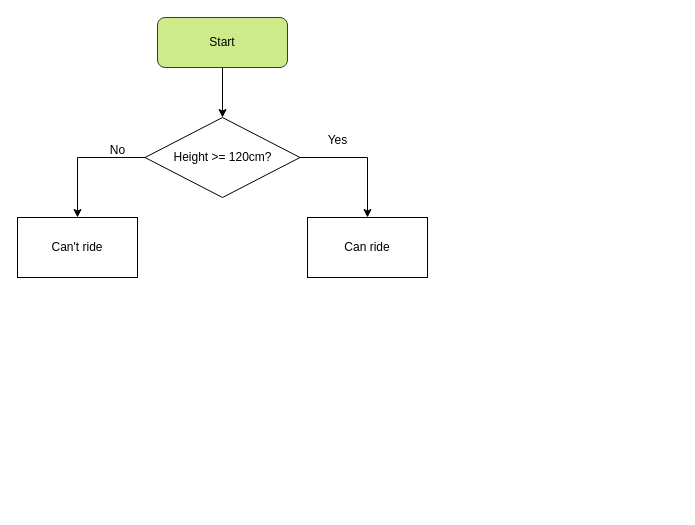
This is beginner_projects/conditional_formating.drawio from arzuunr/100_day_challenge, a draw.io file, before an edit. Source tidied: cells renumbered, new cells numbered last; positions are measured from the earlier drawing's top-left corner, leaving out a move shared by most shapes. Both pictures are drawn from the tidied source at 100%, with x=0, y=0 at pixel (17, 17).
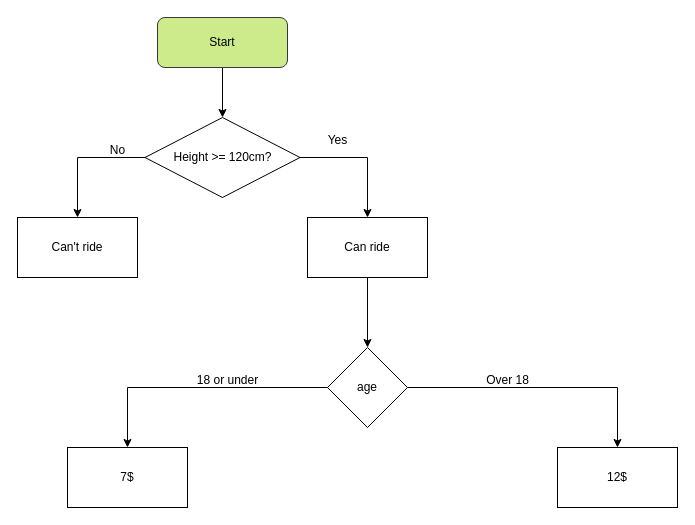
Above is the later version.

What changed in the source:
```diff
@@
 <mxGraphModel>
   <root>
     <mxCell id="0" />
     <mxCell id="1" parent="0" />
     <mxCell id="2" style="edgeStyle=orthogonalEdgeStyle;rounded=0;jettySize=auto;html=1;" parent="1" edge="1" source="3" target="6">
       <mxGeometry relative="1" as="geometry" />
     </mxCell>
     <mxCell id="3" value="Start" style="rounded=1;whiteSpace=wrap;html=1;fillColor=#cdeb8b;strokeColor=#36393d;" parent="1" vertex="1">
       <mxGeometry x="140" width="130" height="50" as="geometry" />
     </mxCell>
     <mxCell id="4" style="edgeStyle=orthogonalEdgeStyle;rounded=0;jettySize=auto;html=1;" parent="1" edge="1" source="6" target="7">
       <mxGeometry relative="1" as="geometry" />
     </mxCell>
     <mxCell id="5" style="edgeStyle=orthogonalEdgeStyle;rounded=0;jettySize=auto;html=1;" parent="1" edge="1" source="6" target="8">
       <mxGeometry relative="1" as="geometry" />
     </mxCell>
     <mxCell id="6" value="Height &amp;gt;= 120cm?" style="rhombus;whiteSpace=wrap;html=1;" parent="1" vertex="1">
       <mxGeometry x="127.5" y="100" width="155" height="80" as="geometry" />
     </mxCell>
+    <mxCell id="11" style="edgeStyle=orthogonalEdgeStyle;rounded=0;jettySize=auto;html=1;" parent="1" edge="1" source="7" target="14">
+      <mxGeometry relative="1" as="geometry" />
+    </mxCell>
     <mxCell id="7" value="Can ride" style="whiteSpace=wrap;html=1;" parent="1" vertex="1">
       <mxGeometry x="290" y="200" width="120" height="60" as="geometry" />
     </mxCell>
     <mxCell id="8" value="Can't ride" style="whiteSpace=wrap;html=1;" parent="1" vertex="1">
       <mxGeometry y="200" width="120" height="60" as="geometry" />
     </mxCell>
     <mxCell id="9" value="Yes" style="text;html=1;align=center;verticalAlign=middle;strokeColor=none;fillColor=none;" parent="1" vertex="1">
       <mxGeometry x="300" y="108" width="40" height="30" as="geometry" />
     </mxCell>
     <mxCell id="10" value="No" style="text;html=1;align=center;verticalAlign=middle;strokeColor=none;fillColor=none;" parent="1" vertex="1">
       <mxGeometry x="80" y="118" width="40" height="30" as="geometry" />
     </mxCell>
+    <mxCell id="12" style="edgeStyle=orthogonalEdgeStyle;rounded=0;jettySize=auto;html=1;" parent="1" edge="1" source="14" target="15">
+      <mxGeometry relative="1" as="geometry" />
+    </mxCell>
+    <mxCell id="13" style="edgeStyle=orthogonalEdgeStyle;rounded=0;jettySize=auto;html=1;" parent="1" edge="1" source="14" target="16">
+      <mxGeometry relative="1" as="geometry" />
+    </mxCell>
+    <mxCell id="14" value="age" style="rhombus;whiteSpace=wrap;html=1;" parent="1" vertex="1">
+      <mxGeometry x="310" y="330" width="80" height="80" as="geometry" />
+    </mxCell>
+    <mxCell id="15" value="7$" style="whiteSpace=wrap;html=1;" parent="1" vertex="1">
+      <mxGeometry x="50" y="430" width="120" height="60" as="geometry" />
+    </mxCell>
+    <mxCell id="16" value="12$" style="whiteSpace=wrap;html=1;" parent="1" vertex="1">
+      <mxGeometry x="540" y="430" width="120" height="60" as="geometry" />
+    </mxCell>
+    <mxCell id="17" value="Over 18" style="text;html=1;align=center;verticalAlign=middle;strokeColor=none;fillColor=none;" parent="1" vertex="1">
+      <mxGeometry x="455" y="348" width="70" height="30" as="geometry" />
+    </mxCell>
+    <mxCell id="18" value="18 or under" style="text;html=1;align=center;verticalAlign=middle;strokeColor=none;fillColor=none;" parent="1" vertex="1">
+      <mxGeometry x="170" y="348" width="80" height="30" as="geometry" />
+    </mxCell>
   </root>
 </mxGraphModel>
```
